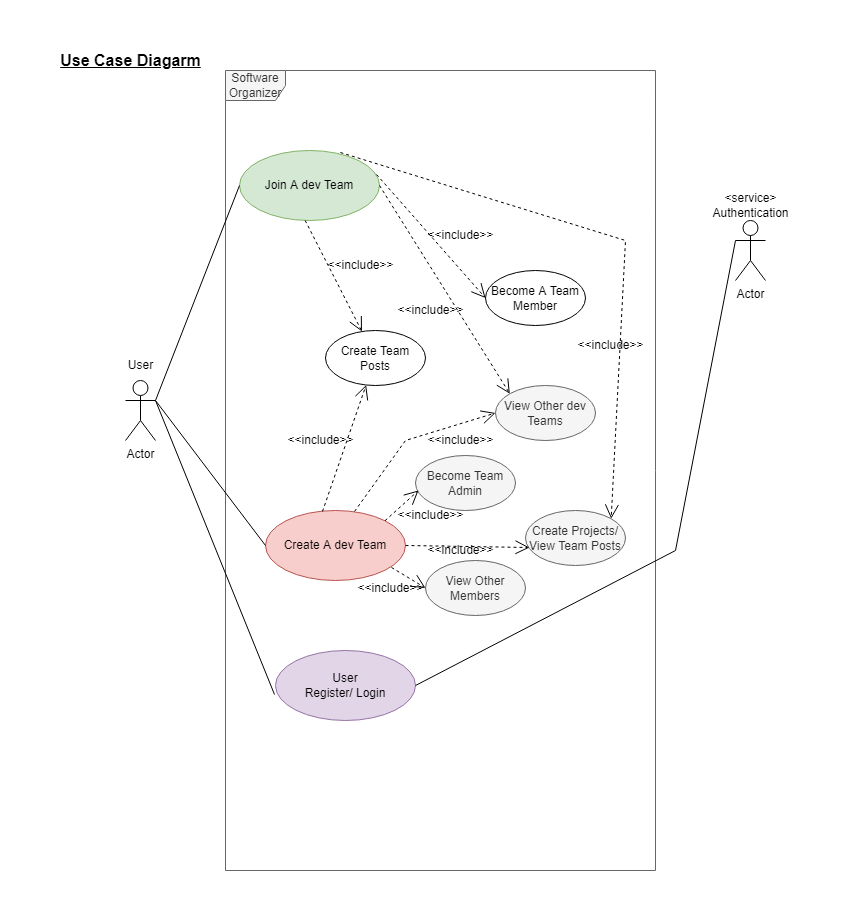
The draw.io diagram src/Sprint4_UML/UML_Diagrams/Scenario/UseCaseDiagram.drawio.png in prime734/Software-Organiser, before a commit. Source tidied: cells renumbered, new cells last; positions are measured from the earlier drawing's top-left corner, leaving out a move shared by most shapes. Source of this version:
```xml
<mxGraphModel>
  <root>
    <mxCell id="0" />
    <mxCell id="1" parent="0" />
    <mxCell id="2" value="Actor" style="shape=umlActor;verticalLabelPosition=bottom;verticalAlign=top;html=1;" parent="1" vertex="1">
      <mxGeometry x="75" y="330" width="30" height="60" as="geometry" />
    </mxCell>
    <mxCell id="3" value="Software Organizer" style="shape=umlFrame;whiteSpace=wrap;html=1;fillColor=#f5f5f5;strokeColor=#666666;fontColor=#333333;" parent="1" vertex="1">
      <mxGeometry x="175" y="20" width="430" height="800" as="geometry" />
    </mxCell>
    <mxCell id="4" value="Actor" style="shape=umlActor;verticalLabelPosition=bottom;verticalAlign=top;html=1;" parent="1" vertex="1">
      <mxGeometry x="685" y="170" width="30" height="60" as="geometry" />
    </mxCell>
    <mxCell id="5" value="User&lt;br&gt;Register/ Login" style="ellipse;whiteSpace=wrap;html=1;fillColor=#e1d5e7;strokeColor=#9673a6;" parent="1" vertex="1">
      <mxGeometry x="225" y="600" width="140" height="70" as="geometry" />
    </mxCell>
    <mxCell id="6" value="User" style="text;html=1;align=center;verticalAlign=middle;fillColor=none;strokeColor=none;rounded=0;" parent="1" vertex="1">
      <mxGeometry x="65" y="300" width="50" height="30" as="geometry" />
    </mxCell>
    <mxCell id="7" value="&amp;lt;service&amp;gt;&lt;br&gt;Authentication" style="text;html=1;align=center;verticalAlign=middle;fillColor=none;strokeColor=none;rounded=0;" parent="1" vertex="1">
      <mxGeometry x="655" y="140" width="90" height="30" as="geometry" />
    </mxCell>
    <mxCell id="8" style="endArrow=none;endFill=0;endSize=12;html=1;rounded=0;exitX=1;exitY=0.3333333333333333;exitDx=0;exitDy=0;exitPerimeter=0;entryX=-0.007;entryY=0.629;entryDx=0;entryDy=0;entryPerimeter=0;" parent="1" edge="1" source="2" target="5">
      <mxGeometry relative="1" as="geometry" />
    </mxCell>
    <mxCell id="9" style="endArrow=none;endFill=0;endSize=12;html=1;rounded=0;exitX=1;exitY=0.5;exitDx=0;exitDy=0;entryX=0;entryY=0.3333333333333333;entryDx=0;entryDy=0;entryPerimeter=0;" parent="1" edge="1" source="5" target="4">
      <mxGeometry relative="1" as="geometry">
        <Array as="points">
          <mxPoint x="625" y="500" />
        </Array>
      </mxGeometry>
    </mxCell>
    <mxCell id="10" value="&lt;span style=&quot;font-size: 16px&quot;&gt;&lt;b&gt;&lt;u&gt;Use Case Diagarm&lt;/u&gt;&lt;/b&gt;&lt;/span&gt;" style="text;html=1;align=center;verticalAlign=middle;fillColor=none;strokeColor=none;rounded=0;" parent="1" vertex="1">
      <mxGeometry width="160" height="20" as="geometry" />
    </mxCell>
    <mxCell id="11" value="Create A dev Team" style="ellipse;whiteSpace=wrap;html=1;fillColor=#f8cecc;strokeColor=#b85450;" parent="1" vertex="1">
      <mxGeometry x="215" y="460" width="140" height="70" as="geometry" />
    </mxCell>
    <mxCell id="12" style="endArrow=none;endFill=0;endSize=12;html=1;rounded=0;exitX=1;exitY=0.3333333333333333;exitDx=0;exitDy=0;exitPerimeter=0;entryX=0;entryY=0.5;entryDx=0;entryDy=0;" parent="1" edge="1" source="2" target="11">
      <mxGeometry relative="1" as="geometry" />
    </mxCell>
    <mxCell id="13" value="Become Team Admin" style="ellipse;whiteSpace=wrap;html=1;fillColor=#f5f5f5;strokeColor=#666666;fontColor=#333333;" parent="1" vertex="1">
      <mxGeometry x="365" y="405" width="100" height="55" as="geometry" />
    </mxCell>
    <mxCell id="14" style="endArrow=open;endFill=0;endSize=12;html=1;rounded=0;exitX=1;exitY=0;exitDx=0;exitDy=0;entryX=0.03;entryY=0.636;entryDx=0;entryDy=0;entryPerimeter=0;dashed=1;" parent="1" edge="1" source="11" target="13">
      <mxGeometry relative="1" as="geometry" />
    </mxCell>
    <mxCell id="15" value="&amp;lt;&amp;lt;include&amp;gt;&amp;gt;" style="text;html=1;align=center;verticalAlign=middle;fillColor=none;strokeColor=none;rounded=0;" parent="1" vertex="1">
      <mxGeometry x="335" y="450" width="90" height="30" as="geometry" />
    </mxCell>
    <mxCell id="16" value="View Other Members" style="ellipse;whiteSpace=wrap;html=1;fillColor=#f5f5f5;strokeColor=#666666;fontColor=#333333;" parent="1" vertex="1">
      <mxGeometry x="375" y="510" width="100" height="55" as="geometry" />
    </mxCell>
    <mxCell id="17" style="endArrow=open;endFill=0;endSize=12;html=1;rounded=0;exitX=0.9;exitY=0.814;exitDx=0;exitDy=0;entryX=0;entryY=0.5;entryDx=0;entryDy=0;dashed=1;exitPerimeter=0;" parent="1" edge="1" source="11" target="16">
      <mxGeometry relative="1" as="geometry" />
    </mxCell>
    <mxCell id="18" value="&amp;lt;&amp;lt;include&amp;gt;&amp;gt;" style="text;html=1;align=center;verticalAlign=middle;fillColor=none;strokeColor=none;rounded=0;" parent="1" vertex="1">
      <mxGeometry x="295" y="522.5" width="90" height="30" as="geometry" />
    </mxCell>
    <mxCell id="19" value="Create Projects/&lt;br&gt;View Team Posts" style="ellipse;whiteSpace=wrap;html=1;fillColor=#f5f5f5;strokeColor=#666666;fontColor=#333333;" parent="1" vertex="1">
      <mxGeometry x="475" y="460" width="100" height="55" as="geometry" />
    </mxCell>
    <mxCell id="20" style="endArrow=open;endFill=0;endSize=12;html=1;rounded=0;exitX=1;exitY=0.5;exitDx=0;exitDy=0;entryX=0.04;entryY=0.673;entryDx=0;entryDy=0;entryPerimeter=0;dashed=1;" parent="1" edge="1" source="11" target="19">
      <mxGeometry relative="1" as="geometry" />
    </mxCell>
    <mxCell id="21" value="&amp;lt;&amp;lt;include&amp;gt;&amp;gt;" style="text;html=1;align=center;verticalAlign=middle;fillColor=none;strokeColor=none;rounded=0;" parent="1" vertex="1">
      <mxGeometry x="365" y="485" width="90" height="30" as="geometry" />
    </mxCell>
    <mxCell id="22" value="Join A dev Team" style="ellipse;whiteSpace=wrap;html=1;fillColor=#d5e8d4;strokeColor=#82b366;" parent="1" vertex="1">
      <mxGeometry x="189" y="100" width="140" height="70" as="geometry" />
    </mxCell>
    <mxCell id="23" value="View Other dev&lt;br&gt;Teams" style="ellipse;whiteSpace=wrap;html=1;fillColor=#f5f5f5;strokeColor=#666666;fontColor=#333333;" parent="1" vertex="1">
      <mxGeometry x="445" y="335" width="100" height="55" as="geometry" />
    </mxCell>
    <mxCell id="24" style="endArrow=open;endFill=0;endSize=12;html=1;rounded=0;exitX=0.636;exitY=0.014;exitDx=0;exitDy=0;entryX=0;entryY=0.5;entryDx=0;entryDy=0;dashed=1;exitPerimeter=0;" parent="1" edge="1" source="11" target="23">
      <mxGeometry relative="1" as="geometry">
        <Array as="points">
          <mxPoint x="355" y="390" />
        </Array>
      </mxGeometry>
    </mxCell>
    <mxCell id="25" value="&amp;lt;&amp;lt;include&amp;gt;&amp;gt;" style="text;html=1;align=center;verticalAlign=middle;fillColor=none;strokeColor=none;rounded=0;" parent="1" vertex="1">
      <mxGeometry x="365" y="375" width="90" height="30" as="geometry" />
    </mxCell>
    <mxCell id="26" style="endArrow=none;endFill=0;endSize=12;html=1;rounded=0;entryX=0;entryY=0.5;entryDx=0;entryDy=0;" parent="1" edge="1" target="22">
      <mxGeometry relative="1" as="geometry">
        <mxPoint x="105" y="350" as="sourcePoint" />
      </mxGeometry>
    </mxCell>
    <mxCell id="27" style="endArrow=open;endFill=0;endSize=12;html=1;rounded=0;exitX=1;exitY=0.5;exitDx=0;exitDy=0;entryX=0;entryY=0;entryDx=0;entryDy=0;dashed=1;" parent="1" edge="1" source="22" target="23">
      <mxGeometry relative="1" as="geometry" />
    </mxCell>
    <mxCell id="28" value="&amp;lt;&amp;lt;include&amp;gt;&amp;gt;" style="text;html=1;align=center;verticalAlign=middle;fillColor=none;strokeColor=none;rounded=0;" parent="1" vertex="1">
      <mxGeometry x="335" y="245" width="90" height="30" as="geometry" />
    </mxCell>
    <mxCell id="29" value="Become A Team&lt;br&gt;Member" style="ellipse;whiteSpace=wrap;html=1;" parent="1" vertex="1">
      <mxGeometry x="435" y="220" width="100" height="55" as="geometry" />
    </mxCell>
    <mxCell id="30" style="endArrow=open;endFill=0;endSize=12;html=1;rounded=0;exitX=0.979;exitY=0.343;exitDx=0;exitDy=0;entryX=0;entryY=0.5;entryDx=0;entryDy=0;dashed=1;exitPerimeter=0;" parent="1" edge="1" source="22" target="29">
      <mxGeometry relative="1" as="geometry" />
    </mxCell>
    <mxCell id="31" value="&amp;lt;&amp;lt;include&amp;gt;&amp;gt;" style="text;html=1;align=center;verticalAlign=middle;fillColor=none;strokeColor=none;rounded=0;" parent="1" vertex="1">
      <mxGeometry x="365" y="170" width="90" height="30" as="geometry" />
    </mxCell>
    <mxCell id="32" style="endArrow=open;endFill=0;endSize=12;html=1;rounded=0;exitX=0.721;exitY=0.029;exitDx=0;exitDy=0;entryX=1;entryY=0;entryDx=0;entryDy=0;dashed=1;exitPerimeter=0;" parent="1" edge="1" source="22" target="19">
      <mxGeometry relative="1" as="geometry">
        <Array as="points">
          <mxPoint x="575" y="190" />
        </Array>
      </mxGeometry>
    </mxCell>
    <mxCell id="33" value="&amp;lt;&amp;lt;include&amp;gt;&amp;gt;" style="text;html=1;align=center;verticalAlign=middle;fillColor=none;strokeColor=none;rounded=0;" parent="1" vertex="1">
      <mxGeometry x="515" y="280" width="90" height="30" as="geometry" />
    </mxCell>
    <mxCell id="34" value="Create Team Posts" style="ellipse;whiteSpace=wrap;html=1;" parent="1" vertex="1">
      <mxGeometry x="275" y="280" width="100" height="55" as="geometry" />
    </mxCell>
    <mxCell id="35" style="endArrow=open;endFill=0;endSize=12;html=1;rounded=0;exitX=1;exitY=0.5;exitDx=0;exitDy=0;dashed=1;" parent="1" edge="1" target="34">
      <mxGeometry relative="1" as="geometry">
        <mxPoint x="254.7" y="170" as="sourcePoint" />
      </mxGeometry>
    </mxCell>
    <mxCell id="36" style="endArrow=open;endFill=0;endSize=12;html=1;rounded=0;exitX=0.407;exitY=0.014;exitDx=0;exitDy=0;dashed=1;exitPerimeter=0;" parent="1" edge="1" source="11" target="34">
      <mxGeometry relative="1" as="geometry" />
    </mxCell>
    <mxCell id="37" value="&amp;lt;&amp;lt;include&amp;gt;&amp;gt;" style="text;html=1;align=center;verticalAlign=middle;fillColor=none;strokeColor=none;rounded=0;" parent="1" vertex="1">
      <mxGeometry x="265" y="200" width="90" height="30" as="geometry" />
    </mxCell>
    <mxCell id="38" value="&amp;lt;&amp;lt;include&amp;gt;&amp;gt;" style="text;html=1;align=center;verticalAlign=middle;fillColor=none;strokeColor=none;rounded=0;" parent="1" vertex="1">
      <mxGeometry x="225" y="375" width="90" height="30" as="geometry" />
    </mxCell>
  </root>
</mxGraphModel>
```
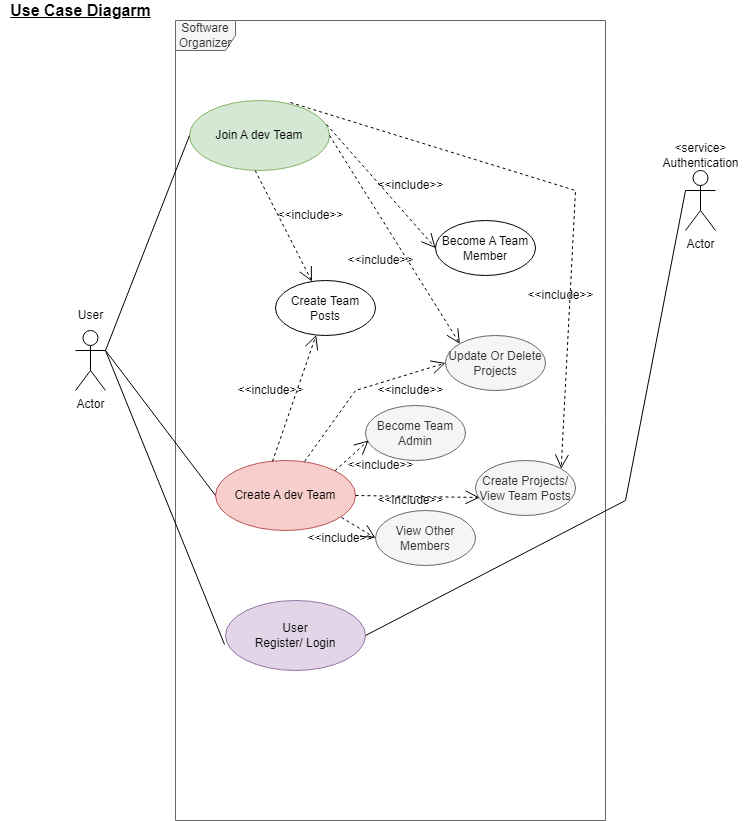
After the commit.

What changed in the source:
```diff
@@ -69,7 +69,7 @@
     <mxCell id="22" value="Join A dev Team" style="ellipse;whiteSpace=wrap;html=1;fillColor=#d5e8d4;strokeColor=#82b366;" parent="1" vertex="1">
       <mxGeometry x="189" y="100" width="140" height="70" as="geometry" />
     </mxCell>
-    <mxCell id="23" value="View Other dev&lt;br&gt;Teams" style="ellipse;whiteSpace=wrap;html=1;fillColor=#f5f5f5;strokeColor=#666666;fontColor=#333333;" parent="1" vertex="1">
+    <mxCell id="23" value="Update Or Delete&lt;br&gt;Projects" style="ellipse;whiteSpace=wrap;html=1;fillColor=#f5f5f5;strokeColor=#666666;fontColor=#333333;" parent="1" vertex="1">
       <mxGeometry x="445" y="335" width="100" height="55" as="geometry" />
     </mxCell>
     <mxCell id="24" style="endArrow=open;endFill=0;endSize=12;html=1;rounded=0;exitX=0.636;exitY=0.014;exitDx=0;exitDy=0;entryX=0;entryY=0.5;entryDx=0;entryDy=0;dashed=1;exitPerimeter=0;" parent="1" edge="1" source="11" target="23">
```
